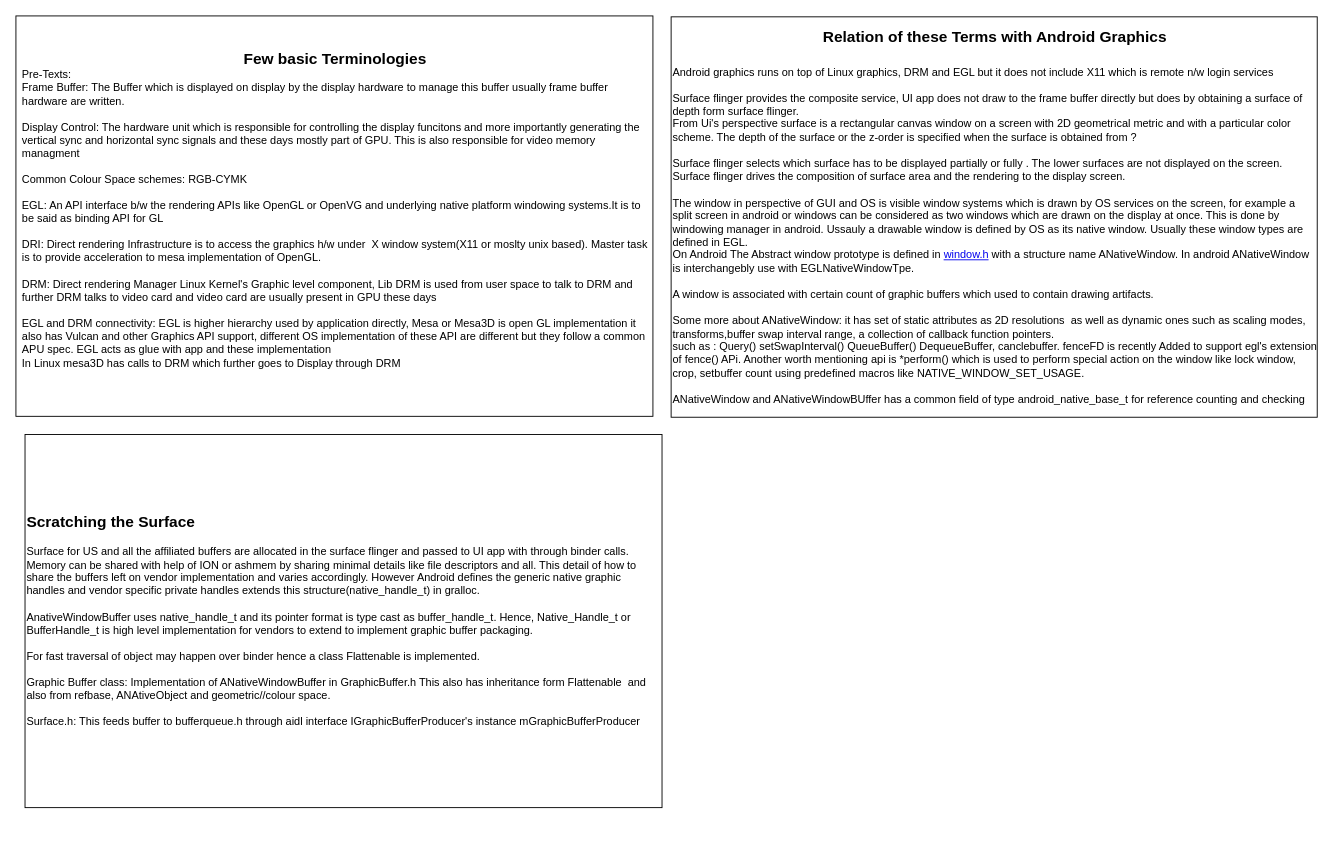
Before: page "The Pretext" (1 of 2) of Untitled Diagram.drawio in wire-mistry/AOSP_Gaphics, a draw.io diagram. Source tidied: cells renumbered, new cells numbered last; positions are measured from the earlier drawing's top-left corner, leaving out a move shared by most shapes. Both pictures are drawn from the tidied source at 91%, with x=0, y=0 at pixel (15, 15).
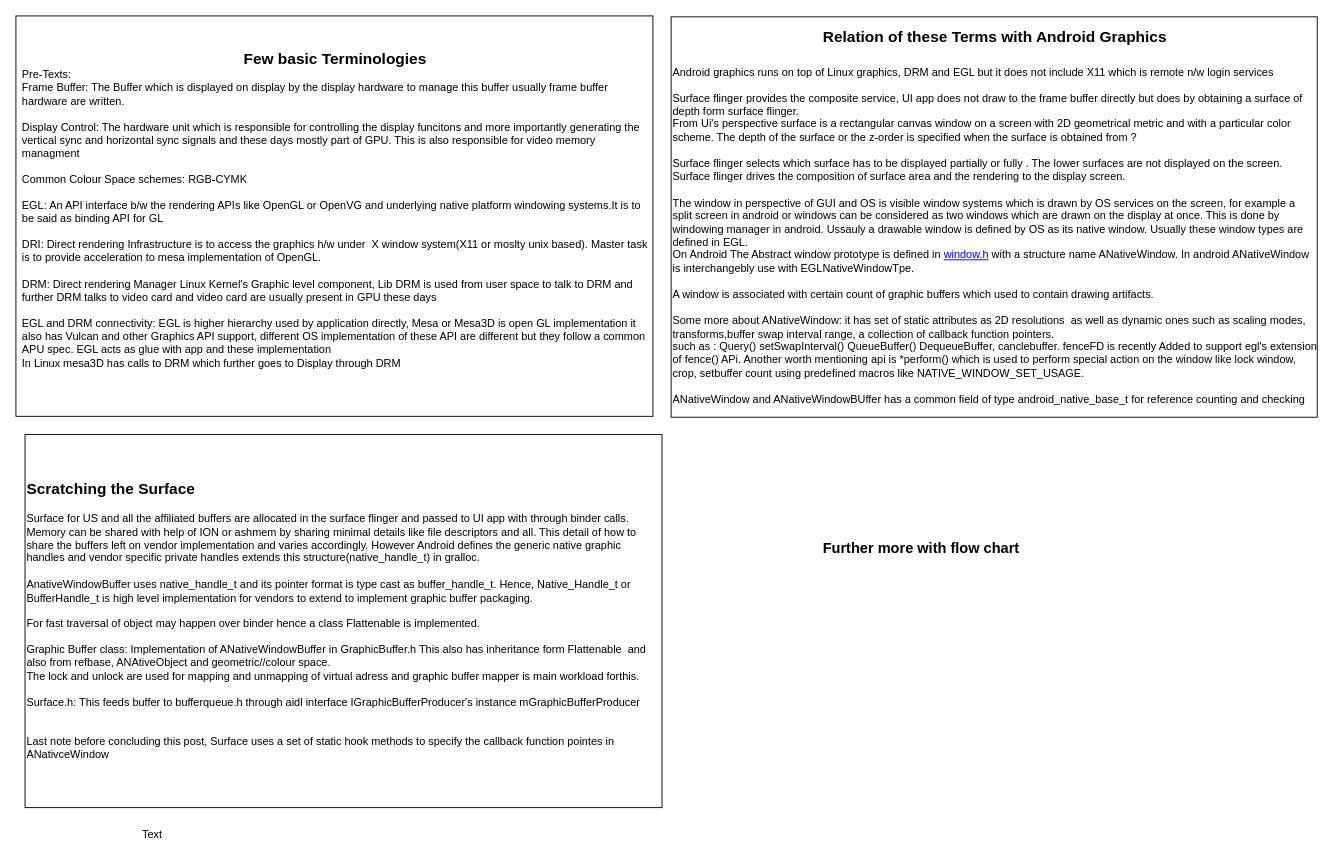
The same page after the edit.

Change to the diagram source:
```diff
@@
 <mxGraphModel>
   <root>
     <mxCell id="0" />
     <mxCell id="1" parent="0" />
     <mxCell id="2" value="&lt;div style=&quot;text-align: center&quot;&gt;&lt;font style=&quot;font-size: 17px&quot;&gt;&lt;b&gt;Few basic Terminologies&lt;/b&gt;&lt;/font&gt;&lt;/div&gt;Pre-Texts:&amp;nbsp;&lt;br&gt;Frame Buffer: The Buffer which is displayed on display by the display hardware to manage this buffer usually frame buffer hardware are written.&lt;br&gt;&lt;br&gt;Display Control: The hardware unit which is responsible for controlling the display funcitons and more importantly generating the vertical sync and horizontal sync signals and these days mostly part of GPU. This is also responsible for video memory managment&lt;br&gt;&lt;br&gt;Common Colour Space schemes: RGB-CYMK&lt;br&gt;&lt;br&gt;EGL: An API interface b/w the rendering APIs like OpenGL or OpenVG and underlying native platform windowing systems.It is to be said as binding API for GL&lt;br&gt;&lt;br&gt;DRI: Direct rendering Infrastructure&amp;nbsp;is to access the graphics h/w under&amp;nbsp; X window system(X11 or moslty unix based). Master task is to provide acceleration to mesa implementation of OpenGL.&lt;br&gt;&lt;br&gt;DRM: Direct rendering Manager Linux Kernel's Graphic level component, Lib DRM is used from user space to talk to DRM and further DRM talks to video card and video card are usually present in GPU these days&lt;br&gt;&lt;br&gt;EGL and DRM connectivity: EGL is higher hierarchy used by application directly, Mesa or Mesa3D is open GL implementation it also has Vulcan and other Graphics API support, different OS implementation of these API are different but they follow a common APU spec. EGL acts as glue with app and these implementation&lt;br&gt;In Linux mesa3D has calls to DRM which further goes to Display through DRM&lt;br&gt;&lt;br&gt;" style="text;html=1;strokeColor=#000000;fillColor=none;align=left;verticalAlign=middle;whiteSpace=wrap;rounded=0;strokeWidth=1;spacingLeft=5;spacingBottom=0;spacingRight=5;" parent="1" vertex="1">
       <mxGeometry width="700" height="440" as="geometry" />
     </mxCell>
-    <mxCell id="3" value="&lt;div&gt;&lt;span style=&quot;font-size: 17px&quot;&gt;&lt;b&gt;Scratching the Surface&lt;/b&gt;&lt;/span&gt;&lt;/div&gt;&lt;div&gt;&lt;br&gt;&lt;/div&gt;&lt;div&gt;Surface for US and all the affiliated buffers are allocated in the surface flinger and passed to UI app with through binder calls. Memory can be shared with help of ION or ashmem by sharing minimal details like file descriptors and all. This detail of how to share the buffers left on vendor implementation and varies accordingly. However Android defines the generic native graphic handles and vendor specific private handles extends this structure(native_handle_t) in gralloc.&lt;/div&gt;&lt;div&gt;&lt;br&gt;&lt;/div&gt;&lt;div&gt;AnativeWindowBuffer uses native_handle_t and its pointer format is type cast as buffer_handle_t. Hence, Native_Handle_t or BufferHandle_t is high level implementation for vendors to extend to implement graphic buffer packaging.&lt;/div&gt;&lt;div&gt;&lt;br&gt;&lt;/div&gt;&lt;div&gt;For fast traversal of object may happen over binder hence a class Flattenable is implemented.&lt;/div&gt;&lt;div&gt;&lt;br&gt;&lt;/div&gt;&lt;div&gt;Graphic Buffer class: Implementation of ANativeWindowBuffer in GraphicBuffer.h This also has inheritance form Flattenable&amp;nbsp; and also from refbase, ANAtiveObject and geometric//colour space.&lt;/div&gt;&lt;div&gt;&lt;br&gt;&lt;/div&gt;&lt;div&gt;Surface.h: This feeds buffer to bufferqueue.h through aidl interface IGraphicBufferProducer's instance mGraphicBufferProducer&lt;/div&gt;" style="text;html=1;strokeColor=#000000;fillColor=none;align=left;verticalAlign=middle;whiteSpace=wrap;rounded=0;" parent="1" vertex="1">
+    <mxCell id="3" value="&lt;div&gt;&lt;span style=&quot;font-size: 17px&quot;&gt;&lt;b&gt;Scratching the Surface&lt;/b&gt;&lt;/span&gt;&lt;/div&gt;&lt;div&gt;&lt;br&gt;&lt;/div&gt;&lt;div&gt;Surface for US and all the affiliated buffers are allocated in the surface flinger and passed to UI app with through binder calls. Memory can be shared with help of ION or ashmem by sharing minimal details like file descriptors and all. This detail of how to share the buffers left on vendor implementation and varies accordingly. However Android defines the generic native graphic handles and vendor specific private handles extends this structure(native_handle_t) in gralloc.&lt;/div&gt;&lt;div&gt;&lt;br&gt;&lt;/div&gt;&lt;div&gt;AnativeWindowBuffer uses native_handle_t and its pointer format is type cast as buffer_handle_t. Hence, Native_Handle_t or BufferHandle_t is high level implementation for vendors to extend to implement graphic buffer packaging.&lt;/div&gt;&lt;div&gt;&lt;br&gt;&lt;/div&gt;&lt;div&gt;For fast traversal of object may happen over binder hence a class Flattenable is implemented.&lt;/div&gt;&lt;div&gt;&lt;br&gt;&lt;/div&gt;&lt;div&gt;Graphic Buffer class: Implementation of ANativeWindowBuffer in GraphicBuffer.h This also has inheritance form Flattenable&amp;nbsp; and also from refbase, ANAtiveObject and geometric//colour space.&lt;/div&gt;&lt;div&gt;The lock and unlock are used for mapping and unmapping of virtual adress and graphic buffer mapper is main workload forthis.&lt;/div&gt;&lt;div&gt;&lt;br&gt;&lt;/div&gt;&lt;div&gt;Surface.h: This feeds buffer to bufferqueue.h through aidl interface IGraphicBufferProducer's instance mGraphicBufferProducer&lt;/div&gt;&lt;div&gt;&lt;br&gt;&lt;/div&gt;&lt;div&gt;&lt;br&gt;&lt;/div&gt;&lt;div&gt;Last note before concluding this post, Surface uses a set of static hook methods to specify the callback function pointes in ANativceWindow&lt;br&gt;&lt;/div&gt;" style="text;html=1;strokeColor=#000000;fillColor=none;align=left;verticalAlign=middle;whiteSpace=wrap;rounded=0;" parent="1" vertex="1">
       <mxGeometry x="10" y="460" width="700" height="410" as="geometry" />
     </mxCell>
     <mxCell id="4" value="&lt;div style=&quot;text-align: center&quot;&gt;&lt;b style=&quot;font-size: 17px&quot;&gt;Relation of these Terms with Android Graphics&lt;/b&gt;&lt;/div&gt;&lt;div&gt;&lt;b style=&quot;font-size: 17px&quot;&gt;&lt;br&gt;&lt;/b&gt;&lt;/div&gt;&lt;div&gt;&lt;font style=&quot;font-size: 12px&quot;&gt;Android graphics runs on top of Linux&amp;nbsp;graphics, DRM and EGL but it does not include X11 which is remote n/w login services&lt;/font&gt;&lt;/div&gt;&lt;div&gt;&lt;font style=&quot;font-size: 12px&quot;&gt;&lt;br&gt;&lt;/font&gt;&lt;/div&gt;&lt;div&gt;&lt;font style=&quot;font-size: 12px&quot;&gt;Surface flinger provides the composite service, UI app does not draw to the frame buffer directly but does by obtaining a surface of depth form surface flinger.&lt;/font&gt;&lt;/div&gt;&lt;div&gt;&lt;font style=&quot;font-size: 12px&quot;&gt;From Ui's perspective surface is a rectangular canvas window on a screen with 2D geometrical metric and with a particular color scheme. The depth of the surface or the z-order is specified when the surface is obtained from ?&lt;/font&gt;&lt;/div&gt;&lt;div&gt;&lt;font style=&quot;font-size: 12px&quot;&gt;&lt;br&gt;&lt;/font&gt;&lt;/div&gt;&lt;div&gt;&lt;font style=&quot;font-size: 12px&quot;&gt;Surface flinger selects which surface has to be displayed partially or fully . The lower surfaces are not displayed on the screen. Surface flinger drives the composition of surface area and the rendering to the display screen.&lt;/font&gt;&lt;/div&gt;&lt;div&gt;&lt;font style=&quot;font-size: 12px&quot;&gt;&lt;br&gt;&lt;/font&gt;&lt;/div&gt;&lt;div&gt;&lt;font style=&quot;font-size: 12px&quot;&gt;The window in perspective of GUI and OS is visible window systems which is drawn by OS services on the screen, for example a split screen in android or windows can be considered as two windows which are drawn on the display at once. This is done by windowing manager in android. Ussauly a drawable window is defined by OS as its native window. Usually these window types are defined in EGL.&lt;/font&gt;&lt;/div&gt;&lt;div&gt;&lt;font style=&quot;font-size: 12px&quot;&gt;On Android The Abstract window prototype is defined in &lt;a href=&quot;https://android.googlesource.com/platform/system/core/+/7cd3e0a3a2f9b104cd6c04f699ae62c4577787e2/include/system/window.h&quot;&gt;window.h&lt;/a&gt;&amp;nbsp;with a structure name ANativeWindow. In android ANativeWindow is interchangebly use with EGLNativeWindowTpe.&lt;/font&gt;&lt;/div&gt;&lt;div&gt;&lt;font style=&quot;font-size: 12px&quot;&gt;&lt;br&gt;&lt;/font&gt;&lt;/div&gt;&lt;div&gt;&lt;font style=&quot;font-size: 12px&quot;&gt;A window is associated with certain count of graphic buffers which used to contain drawing artifacts.&lt;/font&gt;&lt;/div&gt;&lt;div&gt;&lt;font style=&quot;font-size: 12px&quot;&gt;&lt;br&gt;&lt;/font&gt;&lt;/div&gt;&lt;div&gt;&lt;font style=&quot;font-size: 12px&quot;&gt;Some more about ANativeWindow: it has set of static attributes as 2D resolutions&amp;nbsp; as well as dynamic ones such as scaling modes, transforms,buffer swap interval range, a collection of callback function pointers.&lt;/font&gt;&lt;/div&gt;&lt;div&gt;&lt;font style=&quot;font-size: 12px&quot;&gt;such as : Query() setSwapInterval() QueueBuffer() DequeueBuffer, canclebuffer. fenceFD is recently Added to support egl's extension of fence() APi. Another worth mentioning api is *perform() which is used to perform special action on the window like lock window, crop, setbuffer count using predefined macros like NATIVE_WINDOW_SET_USAGE.&lt;/font&gt;&lt;/div&gt;&lt;div&gt;&lt;font style=&quot;font-size: 12px&quot;&gt;&lt;br&gt;&lt;/font&gt;&lt;/div&gt;&lt;div&gt;&lt;font style=&quot;font-size: 12px&quot;&gt;ANativeWindow and ANativeWindowBUffer has a common field of type android_native_base_t for reference counting and checking&lt;/font&gt;&lt;/div&gt;" style="text;html=1;strokeColor=#000000;fillColor=none;align=left;verticalAlign=middle;whiteSpace=wrap;rounded=0;" parent="1" vertex="1">
       <mxGeometry x="720" y="1" width="710" height="440" as="geometry" />
     </mxCell>
+    <mxCell id="5" value="Text" style="text;html=1;strokeColor=none;fillColor=none;align=center;verticalAlign=middle;whiteSpace=wrap;rounded=0;" parent="1" vertex="1">
+      <mxGeometry x="130" y="890" width="40" height="20" as="geometry" />
+    </mxCell>
+    <mxCell id="6" value="Further more with flow chart" style="text;html=1;strokeColor=none;fillColor=none;align=center;verticalAlign=middle;whiteSpace=wrap;rounded=0;fontSize=16;fontStyle=1;" parent="1" vertex="1">
+      <mxGeometry x="860" y="550" width="270" height="70" as="geometry" />
+    </mxCell>
   </root>
 </mxGraphModel>
```
